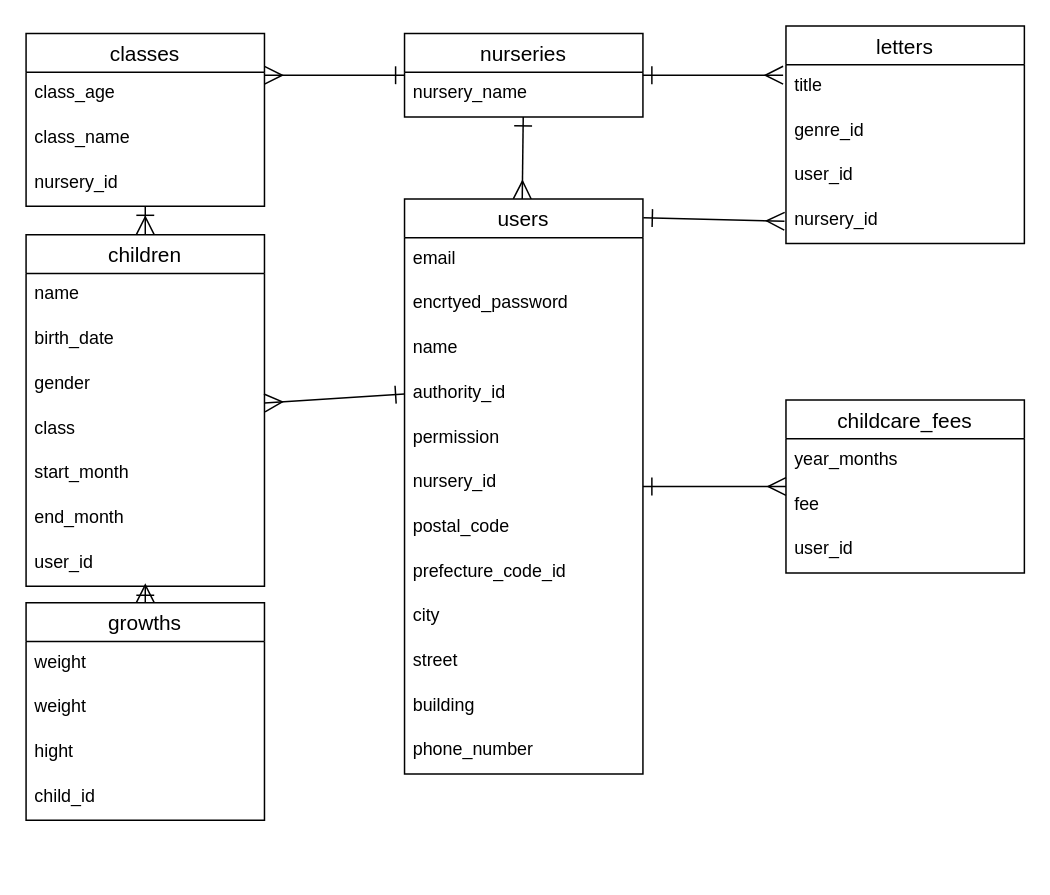
moe20200404/tsumiki-note keeps this draw.io diagram as ER.dio. Above is the earlier version. Source tidied: cells renumbered, new cells numbered last; positions are measured from the earlier drawing's top-left corner, leaving out a move shared by most shapes. Both pictures are drawn from the tidied source at 149%, with x=0, y=0 at pixel (25, 25).
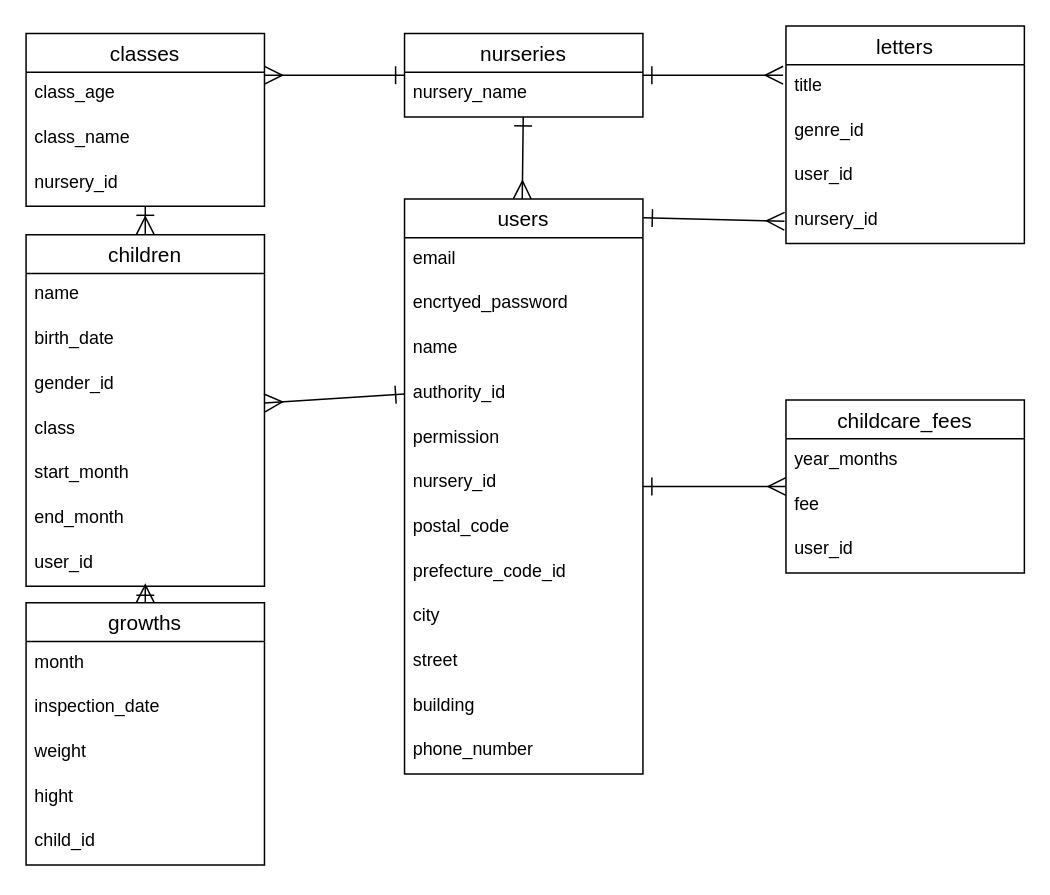
After the change.

Commit message (it also covers changes not shown here):
設計の修正

The change refers to these unchanged cells:
```xml
<mxCell id="25" value="children" style="swimlane;fontStyle=0;horizontal=1;startSize=26;align=center;fontSize=14;" parent="1" vertex="1">
  <mxGeometry y="140" width="160" height="236" as="geometry" />
</mxCell>
```

Diff of the diagram source:
```diff
@@
-    <mxCell id="28" value="gender" style="text;strokeColor=none;fillColor=none;spacingLeft=4;spacingRight=4;overflow=hidden;fontSize=12;" parent="25" vertex="1">
+    <mxCell id="28" value="gender_id" style="text;strokeColor=none;fillColor=none;spacingLeft=4;spacingRight=4;overflow=hidden;fontSize=12;" parent="25" vertex="1">
       <mxGeometry y="86" width="160" height="30" as="geometry" />
     </mxCell>
@@
     <mxCell id="33" value="growths" style="swimlane;fontStyle=0;horizontal=1;startSize=26;align=center;fontSize=14;" parent="1" vertex="1">
-      <mxGeometry y="387" width="160" height="146" as="geometry" />
+      <mxGeometry y="387" width="160" height="176" as="geometry" />
     </mxCell>
+    <mxCell id="53" value="month" style="text;strokeColor=none;fillColor=none;spacingLeft=4;spacingRight=4;overflow=hidden;fontSize=12;" parent="33" vertex="1">
+      <mxGeometry y="26" width="160" height="30" as="geometry" />
+    </mxCell>
-    <mxCell id="34" value="weight" style="text;strokeColor=none;fillColor=none;spacingLeft=4;spacingRight=4;overflow=hidden;fontSize=12;" parent="33" vertex="1">
-      <mxGeometry y="26" width="160" height="30" as="geometry" />
+    <mxCell id="34" value="inspection_date" style="text;strokeColor=none;fillColor=none;spacingLeft=4;spacingRight=4;overflow=hidden;fontSize=12;" parent="33" vertex="1">
+      <mxGeometry y="56" width="160" height="30" as="geometry" />
     </mxCell>
     <mxCell id="35" value="weight" style="text;strokeColor=none;fillColor=none;spacingLeft=4;spacingRight=4;overflow=hidden;fontSize=12;" parent="33" vertex="1">
-      <mxGeometry y="56" width="160" height="30" as="geometry" />
+      <mxGeometry y="86" width="160" height="30" as="geometry" />
     </mxCell>
     <mxCell id="36" value="hight" style="text;strokeColor=none;fillColor=none;spacingLeft=4;spacingRight=4;overflow=hidden;fontSize=12;" parent="33" vertex="1">
-      <mxGeometry y="86" width="160" height="30" as="geometry" />
+      <mxGeometry y="116" width="160" height="30" as="geometry" />
     </mxCell>
     <mxCell id="37" value="child_id" style="text;strokeColor=none;fillColor=none;spacingLeft=4;spacingRight=4;overflow=hidden;fontSize=12;" parent="33" vertex="1">
-      <mxGeometry y="116" width="160" height="30" as="geometry" />
+      <mxGeometry y="146" width="160" height="30" as="geometry" />
     </mxCell>
```
